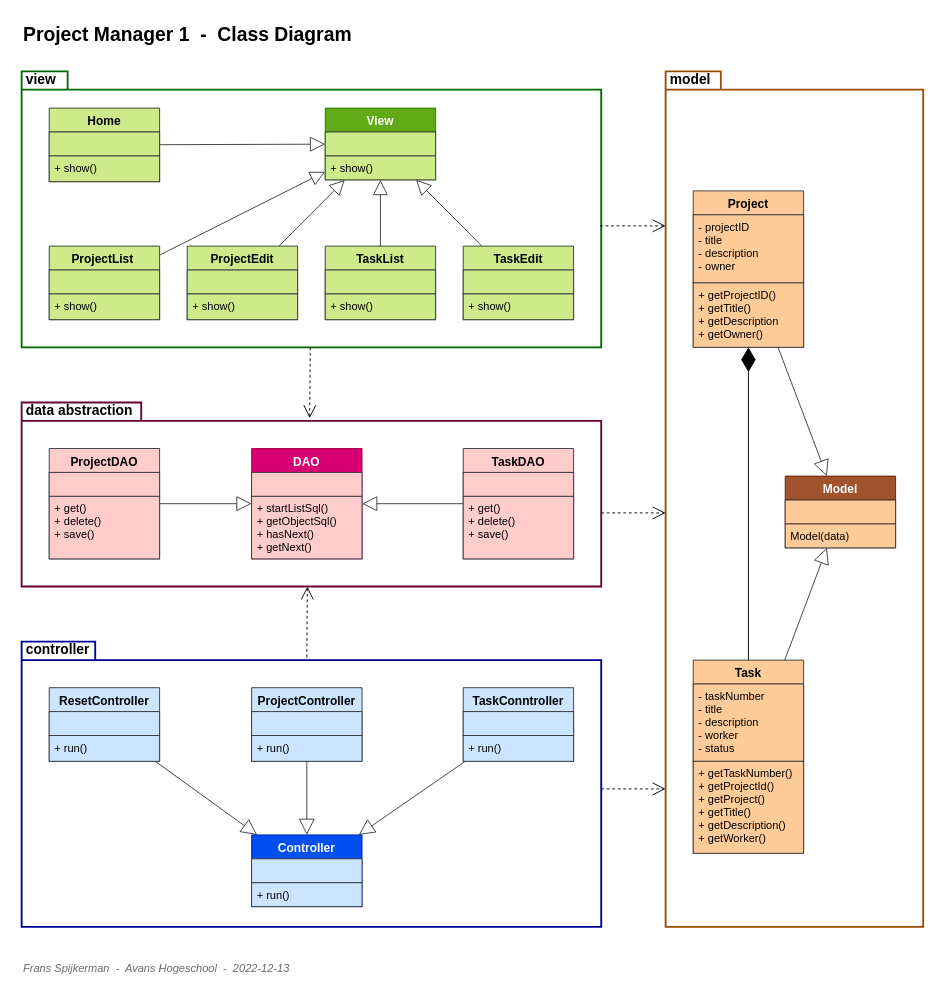
spijkerbak/project-manager-1 keeps this draw.io diagram as doc/Class_Diagram.drawio. Above is the earlier version. Source tidied: cells renumbered, new cells numbered last; positions are measured from the earlier drawing's top-left corner, leaving out a move shared by most shapes. Both pictures are drawn from the tidied source at 92%, with x=0, y=0 at pixel (21, 16).
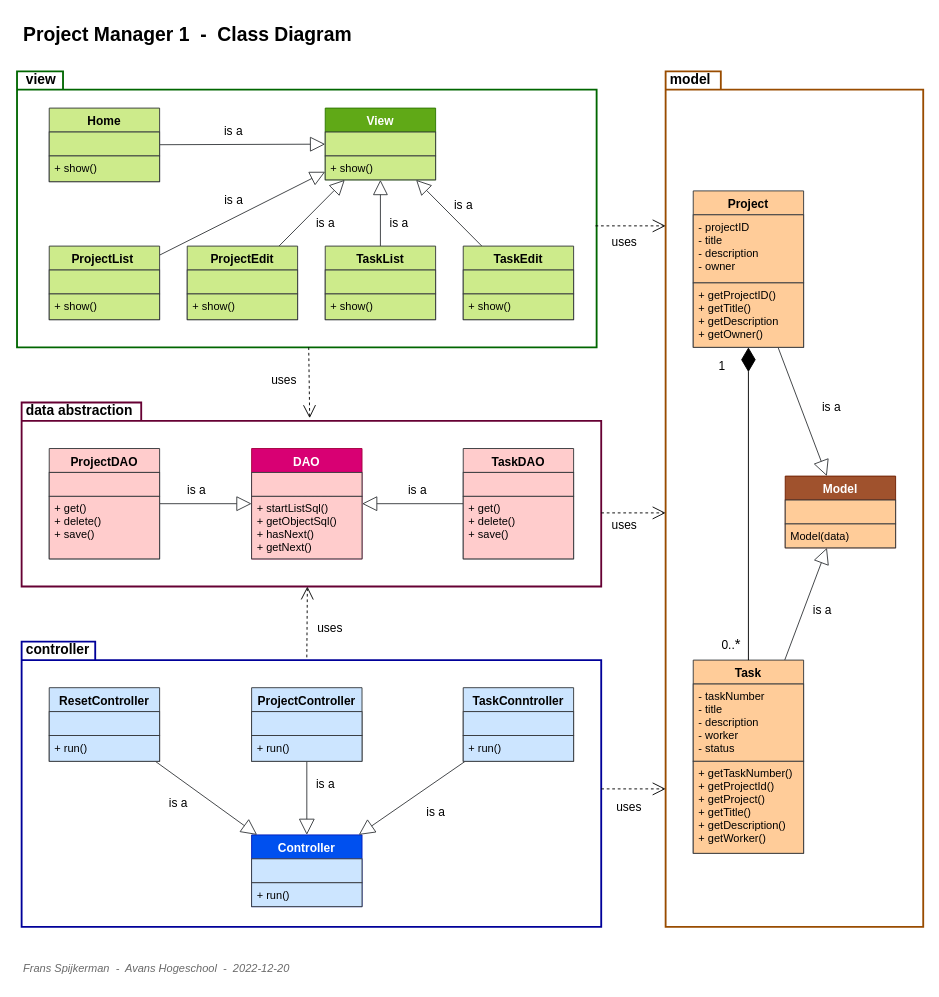
Above is the later version.

Unchanged cells that the change refers to:
```xml
<mxCell id="6" value="View" style="swimlane;fontStyle=1;align=center;verticalAlign=top;horizontal=1;startSize=26;rounded=0;shadow=0;strokeWidth=1;fillColor=#60a917;strokeColor=#2D7600;fontSize=13;fontColor=#ffffff;" parent="1" vertex="1">
  <mxGeometry x="330" y="100" width="120" height="78" as="geometry" />
</mxCell>
<mxCell id="17" value="ProjectList " style="swimlane;fontStyle=1;align=center;verticalAlign=top;horizontal=1;startSize=26;rounded=0;shadow=0;strokeWidth=1;fillColor=#cdeb8b;strokeColor=#36393d;fontSize=13;" parent="1" vertex="1">
  <mxGeometry x="30" y="250" width="120" height="80" as="geometry" />
</mxCell>
<mxCell id="66" style="endArrow=diamondThin;endFill=1;endSize=24;html=1;rounded=0;strokeWidth=1;fontSize=13;" parent="1" edge="1" source="48" target="47">
  <mxGeometry relative="1" as="geometry" />
</mxCell>
```

Change to the diagram source:
```diff
@@
     <mxCell id="5" style="shape=folder;fontStyle=1;spacingTop=10;tabWidth=50;tabHeight=20;tabPosition=left;html=1;strokeWidth=2;strokeColor=#006600;" parent="1" vertex="1">
-      <mxGeometry y="60" width="630" height="300" as="geometry" />
+      <mxGeometry x="-5" y="60" width="630" height="300" as="geometry" />
     </mxCell>
@@
-    <mxCell id="10" style="endArrow=block;endSize=14;endFill=0;shadow=0;strokeWidth=1;rounded=0;elbow=vertical;fillColor=#cdeb8b;strokeColor=#36393d;" parent="1" edge="1" source="17" target="6">
-      <mxGeometry relative="1" as="geometry" />
+    <mxCell id="10" value="is a" style="endArrow=block;endSize=14;endFill=0;shadow=0;strokeWidth=1;rounded=0;elbow=vertical;fillColor=#cdeb8b;strokeColor=#36393d;fontSize=13;" parent="1" edge="1" source="17" target="6">
+      <mxGeometry x="-0.02" y="17" relative="1" as="geometry">
+        <mxPoint y="-1" as="offset" />
+      </mxGeometry>
     </mxCell>
@@
+    <mxCell id="78" value="1" style="edgeLabel;html=1;align=center;verticalAlign=middle;fontSize=13;" parent="66" vertex="1">
+      <mxGeometry x="0.71" y="1" relative="1" as="geometry">
+        <mxPoint x="-29" y="-30" as="offset" />
+      </mxGeometry>
+    </mxCell>
+    <mxCell id="79" value="0..&lt;font style=&quot;font-size: 16px;&quot;&gt;*&lt;/font&gt;" style="edgeLabel;html=1;align=center;verticalAlign=middle;fontSize=13;" parent="66" vertex="1">
+      <mxGeometry x="-0.81" relative="1" as="geometry">
+        <mxPoint x="-20" y="13" as="offset" />
+      </mxGeometry>
+    </mxCell>
@@
-    <mxCell id="68" value="Frans Spijkerman&amp;nbsp; -&amp;nbsp; Avans Hogeschool&amp;nbsp; -&amp;nbsp; 2022-12-13" style="text;html=1;align=left;verticalAlign=middle;fontSize=12;fontStyle=2;labelBackgroundColor=none;fontColor=#696969;" parent="1" vertex="1">
+    <mxCell id="68" value="Frans Spijkerman&amp;nbsp; -&amp;nbsp; Avans Hogeschool&amp;nbsp; -&amp;nbsp; 2022-12-20" style="text;html=1;align=left;verticalAlign=middle;fontSize=12;fontStyle=2;labelBackgroundColor=none;fontColor=#696969;" parent="1" vertex="1">
       <mxGeometry y="1020" width="310" height="30" as="geometry" />
     </mxCell>
@@
-    <mxCell id="76" style="endArrow=open;endSize=12;dashed=1;html=1;rounded=0;fontSize=15;exitX=0.998;exitY=0.56;exitDx=0;exitDy=0;exitPerimeter=0;" parent="1" edge="1">
-      <mxGeometry x="0.04" y="-23" relative="1" as="geometry">
+    <mxCell id="76" value="uses" style="endArrow=open;endSize=12;dashed=1;html=1;rounded=0;fontSize=13;exitX=0.998;exitY=0.56;exitDx=0;exitDy=0;exitPerimeter=0;" parent="1" edge="1">
+      <mxGeometry x="-0.14" y="-20" relative="1" as="geometry">
         <mxPoint x="630" y="840" as="sourcePoint" />
         <mxPoint x="700" y="840" as="targetPoint" />
       </mxGeometry>
     </mxCell>
@@
+    <mxCell id="80" value="uses" style="text;html=1;align=center;verticalAlign=middle;strokeColor=none;fillColor=none;fontSize=13;" parent="1" vertex="1">
+      <mxGeometry x="310" y="650" width="50" height="30" as="geometry" />
+    </mxCell>
+    <mxCell id="81" value="uses" style="text;html=1;align=center;verticalAlign=middle;strokeColor=none;fillColor=none;fontSize=13;" parent="1" vertex="1">
+      <mxGeometry x="260" y="380" width="50" height="30" as="geometry" />
+    </mxCell>
+    <mxCell id="82" value="uses" style="text;html=1;align=center;verticalAlign=middle;strokeColor=none;fillColor=none;fontSize=13;" parent="1" vertex="1">
+      <mxGeometry x="630" y="538" width="50" height="30" as="geometry" />
+    </mxCell>
+    <mxCell id="83" value="uses" style="text;html=1;align=center;verticalAlign=middle;strokeColor=none;fillColor=none;fontSize=13;" parent="1" vertex="1">
+      <mxGeometry x="630" y="230" width="50" height="30" as="geometry" />
+    </mxCell>
+    <mxCell id="84" value="is a" style="text;html=1;align=center;verticalAlign=middle;strokeColor=none;fillColor=none;fontSize=13;" parent="1" vertex="1">
+      <mxGeometry x="210" y="110" width="40" height="30" as="geometry" />
+    </mxCell>
+    <mxCell id="85" value="is a" style="text;html=1;align=center;verticalAlign=middle;strokeColor=none;fillColor=none;fontSize=13;" parent="1" vertex="1">
+      <mxGeometry x="310" y="210" width="40" height="30" as="geometry" />
+    </mxCell>
+    <mxCell id="86" value="is a" style="text;html=1;align=center;verticalAlign=middle;strokeColor=none;fillColor=none;fontSize=13;" parent="1" vertex="1">
+      <mxGeometry x="390" y="210" width="40" height="30" as="geometry" />
+    </mxCell>
+    <mxCell id="87" value="is a" style="text;html=1;align=center;verticalAlign=middle;strokeColor=none;fillColor=none;fontSize=13;" parent="1" vertex="1">
+      <mxGeometry x="460" y="190" width="40" height="30" as="geometry" />
+    </mxCell>
+    <mxCell id="88" value="is a" style="text;html=1;align=center;verticalAlign=middle;strokeColor=none;fillColor=none;fontSize=13;" parent="1" vertex="1">
+      <mxGeometry x="410" y="500" width="40" height="30" as="geometry" />
+    </mxCell>
+    <mxCell id="89" value="is a" style="text;html=1;align=center;verticalAlign=middle;strokeColor=none;fillColor=none;fontSize=13;" parent="1" vertex="1">
+      <mxGeometry x="170" y="500" width="40" height="30" as="geometry" />
+    </mxCell>
+    <mxCell id="90" value="is a" style="text;html=1;align=center;verticalAlign=middle;strokeColor=none;fillColor=none;fontSize=13;" parent="1" vertex="1">
+      <mxGeometry x="150" y="840" width="40" height="30" as="geometry" />
+    </mxCell>
+    <mxCell id="91" value="is a" style="text;html=1;align=center;verticalAlign=middle;strokeColor=none;fillColor=none;fontSize=13;" parent="1" vertex="1">
+      <mxGeometry x="310" y="820" width="40" height="30" as="geometry" />
+    </mxCell>
+    <mxCell id="92" value="is a" style="text;html=1;align=center;verticalAlign=middle;strokeColor=none;fillColor=none;fontSize=13;" parent="1" vertex="1">
+      <mxGeometry x="430" y="850" width="40" height="30" as="geometry" />
+    </mxCell>
+    <mxCell id="93" value="is a" style="text;html=1;align=center;verticalAlign=middle;strokeColor=none;fillColor=none;fontSize=13;" parent="1" vertex="1">
+      <mxGeometry x="850" y="630" width="40" height="30" as="geometry" />
+    </mxCell>
+    <mxCell id="94" value="is a" style="text;html=1;align=center;verticalAlign=middle;strokeColor=none;fillColor=none;fontSize=13;" parent="1" vertex="1">
+      <mxGeometry x="860" y="410" width="40" height="30" as="geometry" />
+    </mxCell>
```
